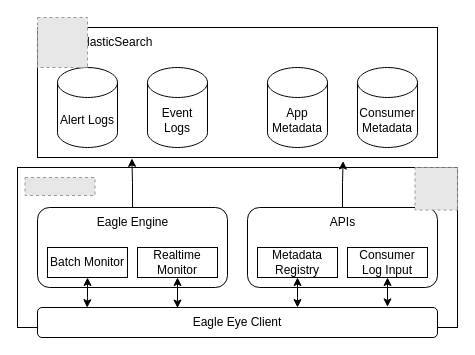
the-eagle-eye-project/eye-register keeps this draw.io diagram as documents/ee-design.drawio. Above is the earlier version. Source tidied: cells renumbered, new cells numbered last; positions are measured from the earlier drawing's top-left corner, leaving out a move shared by most shapes. Both pictures are drawn from the tidied source at 100%, with x=0, y=0 at pixel (17, 17). Pictures stored in the file or linked from it are replaced by grey dashed boxes.
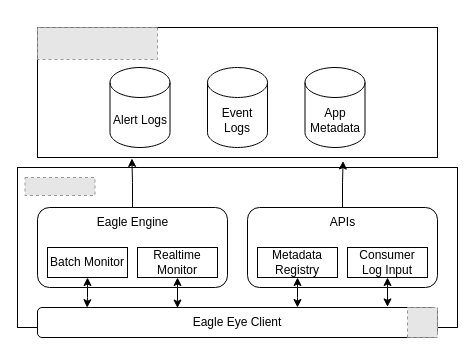
The same diagram, later.

What changed in the source:
```diff
@@
-    <mxCell id="4" value="ElasticSearch" style="text;html=1;strokeColor=none;fillColor=none;align=left;verticalAlign=middle;whiteSpace=wrap;rounded=0;" parent="1" vertex="1">
-      <mxGeometry x="60" y="10" width="90" height="30" as="geometry" />
-    </mxCell>
@@
     <mxCell id="21" style="fillColor=#E6E6E6;strokeColor=#999999;dashed=1;verticalLabelPosition=bottom;labelBackgroundColor=default;verticalAlign=top;" parent="1" vertex="1">
-      <mxGeometry x="397.5" y="150" width="42.5" height="42.5" as="geometry" />
+      <mxGeometry x="390" y="290" width="30" height="30" as="geometry" />
     </mxCell>
-    <mxCell id="22" value="Consumer Metadata" style="shape=cylinder3;whiteSpace=wrap;html=1;boundedLbl=1;backgroundOutline=1;size=15;" parent="1" vertex="1">
-      <mxGeometry x="340" y="50" width="60" height="80" as="geometry" />
-    </mxCell>
     <mxCell id="23" value="Alert Logs" style="shape=cylinder3;whiteSpace=wrap;html=1;boundedLbl=1;backgroundOutline=1;size=15;" parent="1" vertex="1">
-      <mxGeometry x="40" y="50" width="60" height="80" as="geometry" />
+      <mxGeometry x="92.5" y="50" width="60" height="80" as="geometry" />
     </mxCell>
     <mxCell id="24" value="Event Logs" style="shape=cylinder3;whiteSpace=wrap;html=1;boundedLbl=1;backgroundOutline=1;size=15;" parent="1" vertex="1">
-      <mxGeometry x="130" y="50" width="60" height="80" as="geometry" />
+      <mxGeometry x="190" y="50" width="60" height="80" as="geometry" />
     </mxCell>
     <mxCell id="25" value="App Metadata" style="shape=cylinder3;whiteSpace=wrap;html=1;boundedLbl=1;backgroundOutline=1;size=15;" parent="1" vertex="1">
-      <mxGeometry x="250" y="50" width="60" height="80" as="geometry" />
+      <mxGeometry x="287.5" y="50" width="60" height="80" as="geometry" />
     </mxCell>
-    <mxCell id="26" style="fillColor=#E6E6E6;strokeColor=#999999;dashed=1;verticalLabelPosition=bottom;labelBackgroundColor=default;verticalAlign=top;" parent="1" vertex="1">
-      <mxGeometry x="20" width="50" height="50" as="geometry" />
-    </mxCell>
+    <mxCell id="27" style="fillColor=#E6E6E6;strokeColor=#999999;dashed=1;verticalLabelPosition=bottom;labelBackgroundColor=default;verticalAlign=top;" parent="1" vertex="1">
+      <mxGeometry x="20" y="10" width="120" height="32" as="geometry" />
+    </mxCell>
```
